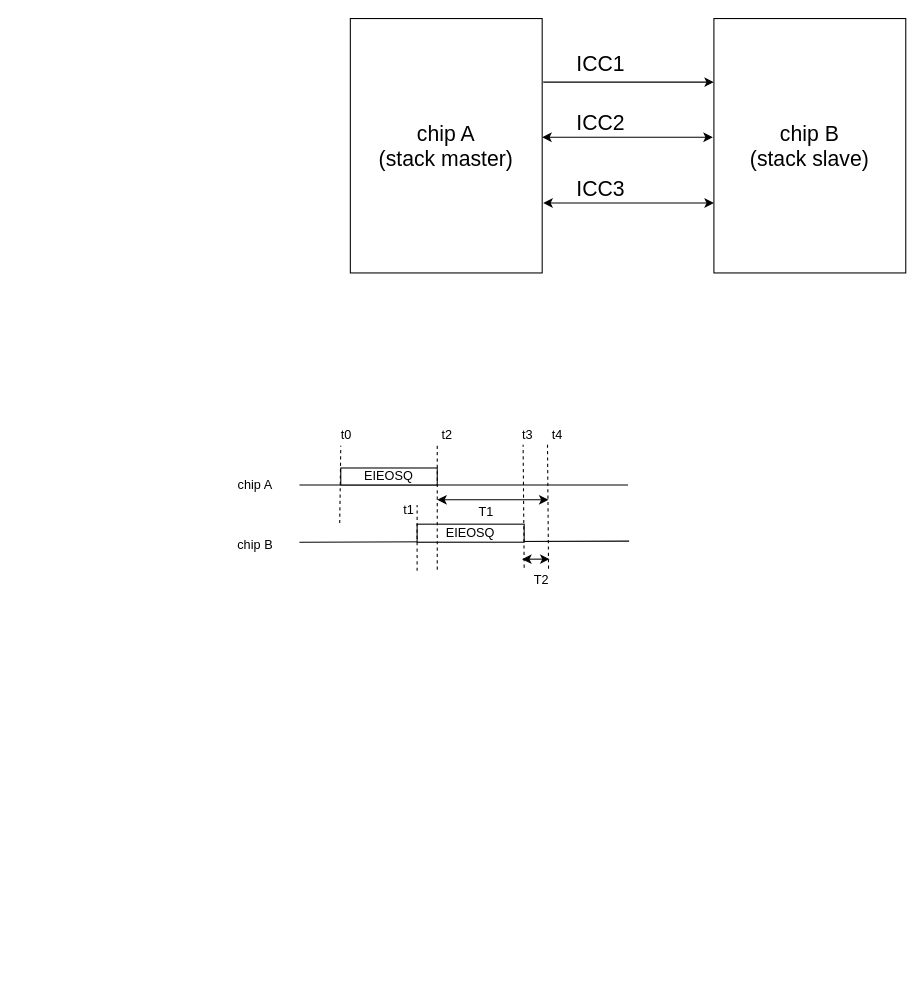
This is stack.drawio from creatingmulti/helloword, a draw.io file, before an edit. Source tidied: cells renumbered, new cells numbered last; positions are measured from the earlier drawing's top-left corner, leaving out a move shared by most shapes. Both pictures are drawn from the tidied source at 106%, with x=0, y=0 at pixel (227, 18).
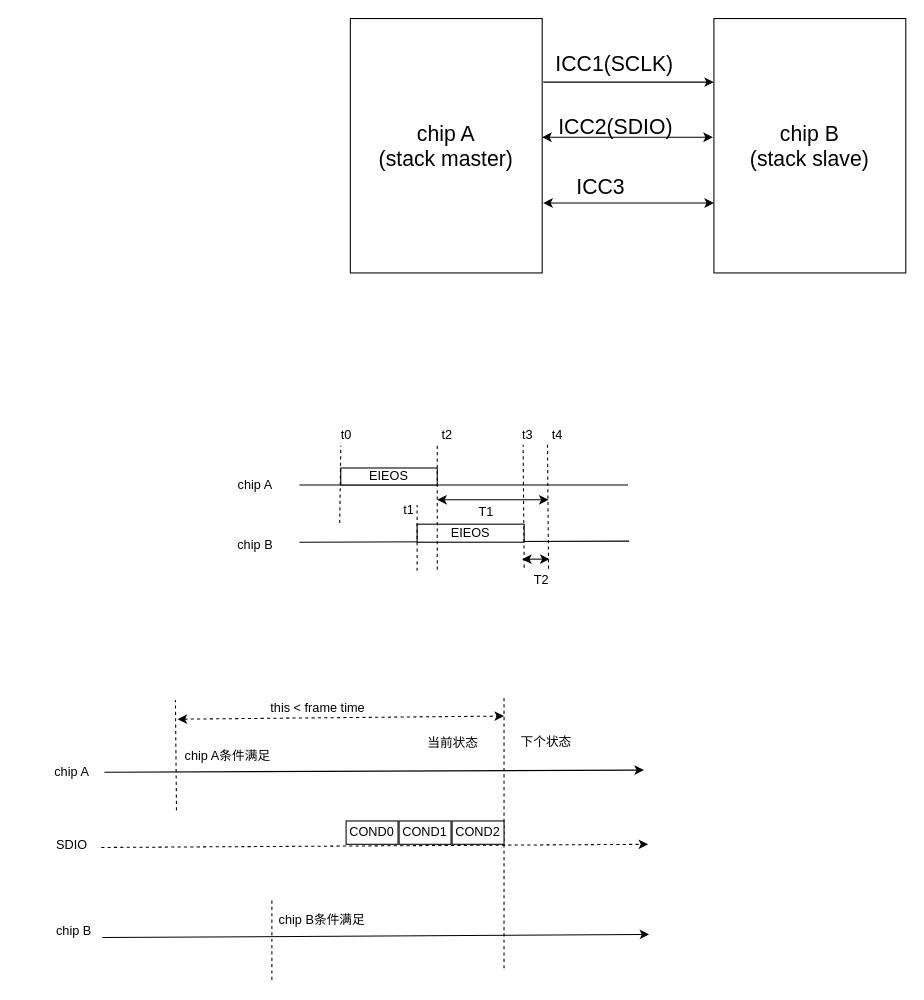
After the change.

Change to the diagram source:
```diff
@@
-    <mxCell id="7" value="ICC1" style="text;html=1;align=center;verticalAlign=middle;strokeColor=none;fillColor=none;fontSize=20;" parent="1" vertex="1">
-      <mxGeometry x="320.5" y="24" width="63" height="36" as="geometry" />
+    <mxCell id="7" value="ICC1(SCLK)" style="text;html=1;align=center;verticalAlign=middle;strokeColor=none;fillColor=none;fontSize=20;" parent="1" vertex="1">
+      <mxGeometry x="301" y="24" width="128" height="36" as="geometry" />
     </mxCell>
-    <mxCell id="8" value="ICC2" style="text;html=1;align=center;verticalAlign=middle;strokeColor=none;fillColor=none;fontSize=20;" parent="1" vertex="1">
-      <mxGeometry x="320.5" y="80" width="63" height="36" as="geometry" />
+    <mxCell id="8" value="ICC2(SDIO)" style="text;html=1;align=center;verticalAlign=middle;strokeColor=none;fillColor=none;fontSize=20;" parent="1" vertex="1">
+      <mxGeometry x="303" y="83" width="126" height="36" as="geometry" />
     </mxCell>
     <mxCell id="9" value="ICC3" style="text;html=1;align=center;verticalAlign=middle;strokeColor=none;fillColor=none;fontSize=20;" parent="1" vertex="1">
-      <mxGeometry x="320.5" y="142" width="63" height="36" as="geometry" />
+      <mxGeometry x="320.5" y="140" width="63" height="36" as="geometry" />
     </mxCell>
@@
-    <mxCell id="12" value="EIEOSQ" style="rounded=0;whiteSpace=wrap;html=1;" parent="1" vertex="1">
+    <mxCell id="12" value="EIEOS" style="rounded=0;whiteSpace=wrap;html=1;" parent="1" vertex="1">
       <mxGeometry x="107" y="424" width="91" height="16" as="geometry" />
     </mxCell>
-    <mxCell id="13" value="EIEOSQ" style="rounded=0;whiteSpace=wrap;html=1;" parent="1" vertex="1">
+    <mxCell id="13" value="EIEOS" style="rounded=0;whiteSpace=wrap;html=1;" parent="1" vertex="1">
       <mxGeometry x="179" y="477" width="101" height="17" as="geometry" />
     </mxCell>
@@
+    <mxCell id="30" style="endArrow=classic;html=1;rounded=0;endFill=1;" parent="1" edge="1">
+      <mxGeometry relative="1" as="geometry">
+        <mxPoint x="-116" y="711" as="sourcePoint" />
+        <mxPoint x="393" y="709" as="targetPoint" />
+      </mxGeometry>
+    </mxCell>
+    <mxCell id="31" style="endArrow=none;dashed=1;html=1;rounded=0;" parent="1" edge="1">
+      <mxGeometry relative="1" as="geometry">
+        <mxPoint x="-48" y="747" as="sourcePoint" />
+        <mxPoint x="-49" y="643" as="targetPoint" />
+      </mxGeometry>
+    </mxCell>
+    <mxCell id="32" style="endArrow=none;dashed=1;html=1;rounded=0;" parent="1" edge="1">
+      <mxGeometry relative="1" as="geometry">
+        <mxPoint x="261" y="896" as="sourcePoint" />
+        <mxPoint x="261" y="640" as="targetPoint" />
+      </mxGeometry>
+    </mxCell>
+    <mxCell id="33" value="COND0" style="rounded=0;whiteSpace=wrap;html=1;" parent="1" vertex="1">
+      <mxGeometry x="112" y="757" width="49" height="22" as="geometry" />
+    </mxCell>
+    <mxCell id="34" value="COND1" style="rounded=0;whiteSpace=wrap;html=1;" parent="1" vertex="1">
+      <mxGeometry x="162" y="757" width="49" height="22" as="geometry" />
+    </mxCell>
+    <mxCell id="35" value="COND2" style="rounded=0;whiteSpace=wrap;html=1;" parent="1" vertex="1">
+      <mxGeometry x="212" y="757" width="49" height="22" as="geometry" />
+    </mxCell>
+    <mxCell id="36" value="chip A条件满足" style="text;html=1;strokeColor=none;fillColor=none;align=center;verticalAlign=middle;whiteSpace=wrap;rounded=0;" parent="1" vertex="1">
+      <mxGeometry x="-50" y="681" width="101" height="30" as="geometry" />
+    </mxCell>
+    <mxCell id="37" style="endArrow=classic;html=1;rounded=0;endFill=1;" parent="1" edge="1">
+      <mxGeometry relative="1" as="geometry">
+        <mxPoint x="-118" y="867" as="sourcePoint" />
+        <mxPoint x="398" y="864" as="targetPoint" />
+      </mxGeometry>
+    </mxCell>
+    <mxCell id="38" style="endArrow=none;dashed=1;html=1;rounded=0;" parent="1" edge="1">
+      <mxGeometry relative="1" as="geometry">
+        <mxPoint x="42" y="907" as="sourcePoint" />
+        <mxPoint x="42" y="829" as="targetPoint" />
+      </mxGeometry>
+    </mxCell>
+    <mxCell id="39" value="SDIO" style="text;html=1;strokeColor=none;fillColor=none;align=center;verticalAlign=middle;whiteSpace=wrap;rounded=0;" parent="1" vertex="1">
+      <mxGeometry x="-197" y="765" width="101" height="30" as="geometry" />
+    </mxCell>
+    <mxCell id="40" style="endArrow=classic;html=1;rounded=0;dashed=1;endFill=1;" parent="1" edge="1">
+      <mxGeometry relative="1" as="geometry">
+        <mxPoint x="-119" y="782" as="sourcePoint" />
+        <mxPoint x="397" y="779" as="targetPoint" />
+      </mxGeometry>
+    </mxCell>
+    <mxCell id="41" value="chip B条件满足" style="text;html=1;strokeColor=none;fillColor=none;align=center;verticalAlign=middle;whiteSpace=wrap;rounded=0;" parent="1" vertex="1">
+      <mxGeometry x="39" y="836" width="101" height="30" as="geometry" />
+    </mxCell>
+    <mxCell id="42" value="chip A" style="text;html=1;align=center;verticalAlign=middle;strokeColor=none;fillColor=none;" parent="1" vertex="1">
+      <mxGeometry x="-173" y="698" width="51" height="26" as="geometry" />
+    </mxCell>
+    <mxCell id="43" value="chip B" style="text;html=1;align=center;verticalAlign=middle;strokeColor=none;fillColor=none;" parent="1" vertex="1">
+      <mxGeometry x="-171" y="848" width="51" height="26" as="geometry" />
+    </mxCell>
+    <mxCell id="44" value="下个状态" style="text;html=1;strokeColor=none;fillColor=none;align=center;verticalAlign=middle;whiteSpace=wrap;rounded=0;" parent="1" vertex="1">
+      <mxGeometry x="271" y="668" width="60" height="30" as="geometry" />
+    </mxCell>
+    <mxCell id="45" value="当前状态" style="text;html=1;strokeColor=none;fillColor=none;align=center;verticalAlign=middle;whiteSpace=wrap;rounded=0;" parent="1" vertex="1">
+      <mxGeometry x="183" y="669" width="60" height="30" as="geometry" />
+    </mxCell>
+    <mxCell id="46" style="endArrow=classic;startArrow=classic;html=1;rounded=0;dashed=1;" parent="1" edge="1">
+      <mxGeometry relative="1" as="geometry">
+        <mxPoint x="-47" y="661" as="sourcePoint" />
+        <mxPoint x="261" y="658" as="targetPoint" />
+      </mxGeometry>
+    </mxCell>
+    <mxCell id="47" value="this &amp;lt; frame time" style="text;html=1;align=center;verticalAlign=middle;strokeColor=none;fillColor=none;" parent="1" vertex="1">
+      <mxGeometry x="31" y="638" width="107" height="26" as="geometry" />
+    </mxCell>
```
